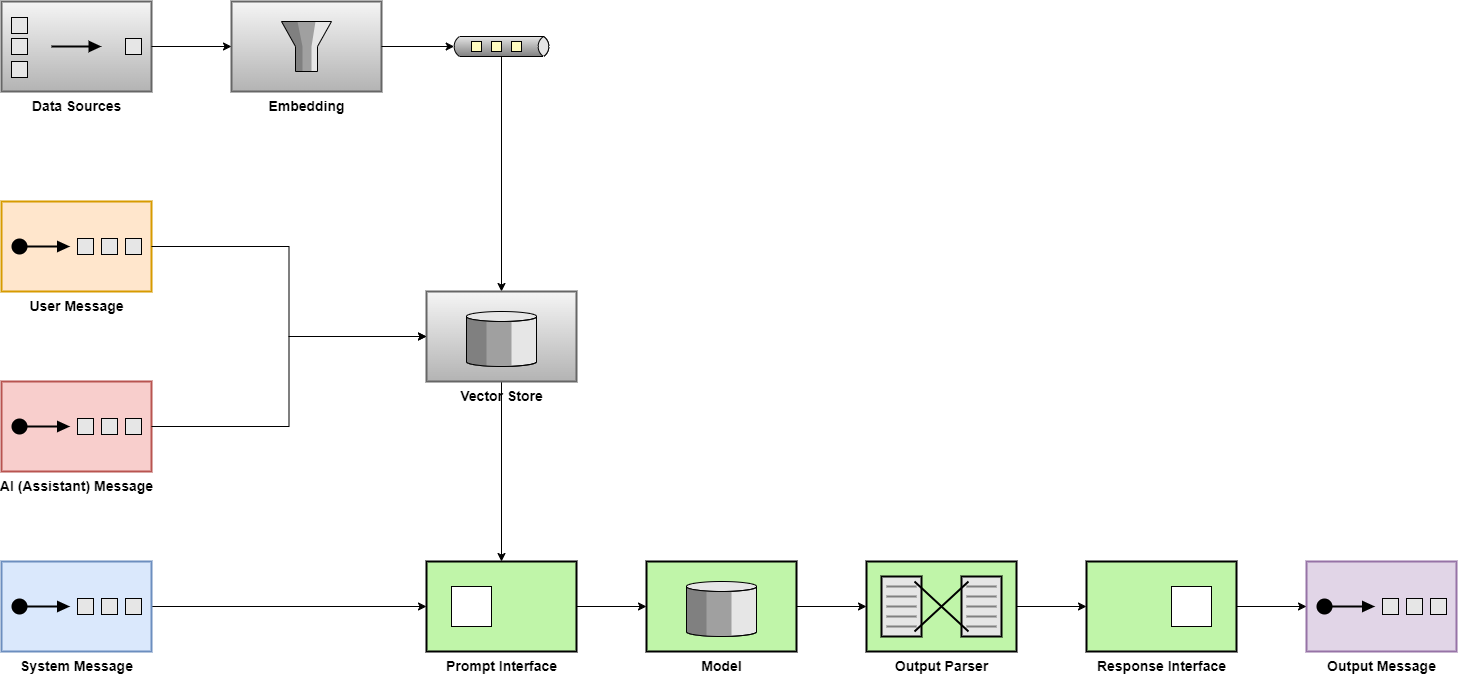
The draw.io diagram incident-response/images/RAG architecture.png in hsienhsinlee/ws2-defenders, before a commit. Source tidied: cells renumbered, new cells last; positions are measured from the earlier drawing's top-left corner, leaving out a move shared by most shapes.
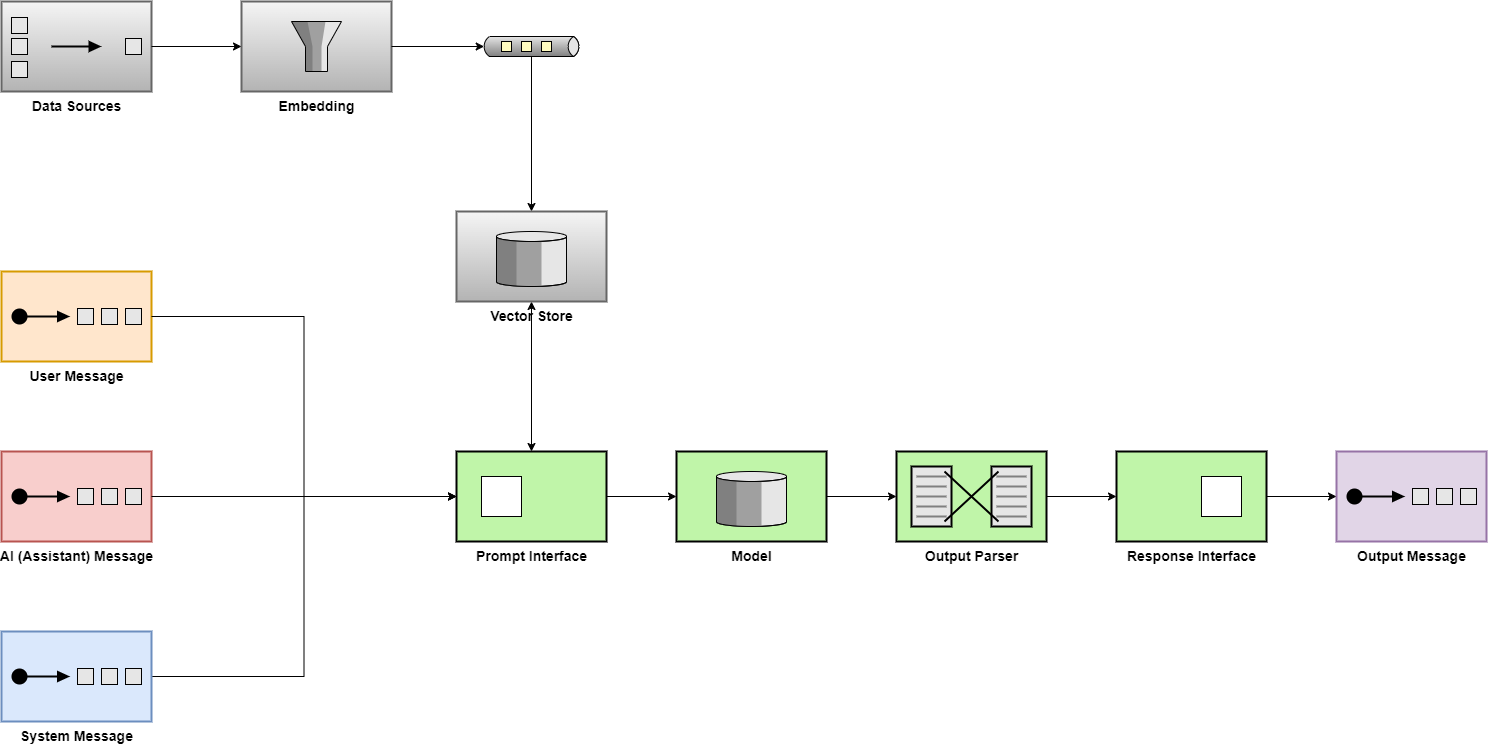
After the change.

Commit message:
Updated RAG architecture diagram

What changed in the source:
```diff
@@ -6,52 +6,52 @@
       <mxGeometry relative="1" as="geometry" />
     </mxCell>
     <mxCell id="3" value="&lt;font style=&quot;font-size: 14px;&quot;&gt;&lt;b style=&quot;&quot;&gt;System Message&lt;/b&gt;&lt;/font&gt;" style="html=1;strokeWidth=2;outlineConnect=0;dashed=0;align=center;fontSize=8;verticalLabelPosition=bottom;verticalAlign=top;shape=mxgraph.eip.test_message;fillColor=#dae8fc;strokeColor=#6c8ebf;" parent="1" vertex="1">
-      <mxGeometry y="560" width="150" height="90" as="geometry" />
+      <mxGeometry x="-30" y="680" width="150" height="90" as="geometry" />
     </mxCell>
     <mxCell id="4" value="&lt;font style=&quot;font-size: 14px;&quot;&gt;&lt;b style=&quot;&quot;&gt;User Message&lt;/b&gt;&lt;/font&gt;" style="html=1;strokeWidth=2;outlineConnect=0;dashed=0;align=center;fontSize=8;verticalLabelPosition=bottom;verticalAlign=top;shape=mxgraph.eip.test_message;fillColor=#ffe6cc;strokeColor=#d79b00;" parent="1" vertex="1">
-      <mxGeometry y="200" width="150" height="90" as="geometry" />
+      <mxGeometry x="-30" y="320" width="150" height="90" as="geometry" />
     </mxCell>
     <mxCell id="5" style="edgeStyle=orthogonalEdgeStyle;rounded=0;jettySize=auto;html=1;exitX=1;exitY=0.5;exitDx=0;exitDy=0;" parent="1" edge="1" source="6" target="8">
       <mxGeometry relative="1" as="geometry" />
     </mxCell>
     <mxCell id="6" value="&lt;font style=&quot;font-size: 14px;&quot;&gt;&lt;b style=&quot;&quot;&gt;Prompt Interface&lt;/b&gt;&lt;/font&gt;" style="strokeWidth=2;dashed=0;align=center;fontSize=8;shape=rect;verticalLabelPosition=bottom;verticalAlign=top;fillColor=#c0f5a9;html=1;" parent="1" vertex="1">
-      <mxGeometry x="425" y="560" width="150" height="90" as="geometry" />
+      <mxGeometry x="425" y="500" width="150" height="90" as="geometry" />
     </mxCell>
     <mxCell id="7" style="html=1;strokeWidth=1;dashed=0;align=center;fontSize=8;shape=rect;" parent="6" vertex="1">
       <mxGeometry x="25" y="25" width="40" height="40" as="geometry" />
     </mxCell>
     <mxCell id="8" value="&lt;b&gt;&lt;font style=&quot;font-size: 14px;&quot;&gt;Model&lt;/font&gt;&lt;/b&gt;" style="html=1;strokeWidth=2;outlineConnect=0;dashed=0;align=center;fontSize=8;verticalLabelPosition=bottom;verticalAlign=top;shape=mxgraph.eip.message_store;fillColor=#c0f5a9;" parent="1" vertex="1">
-      <mxGeometry x="645" y="560" width="150" height="90" as="geometry" />
+      <mxGeometry x="645" y="500" width="150" height="90" as="geometry" />
     </mxCell>
     <mxCell id="9" style="edgeStyle=orthogonalEdgeStyle;rounded=0;jettySize=auto;html=1;exitX=1;exitY=0.5;exitDx=0;exitDy=0;exitPerimeter=0;entryX=0;entryY=0.5;entryDx=0;entryDy=0;" parent="1" edge="1" source="10" target="12">
       <mxGeometry relative="1" as="geometry" />
     </mxCell>
     <mxCell id="10" value="&lt;font style=&quot;font-size: 14px;&quot;&gt;&lt;b&gt;Output Parser&lt;/b&gt;&lt;/font&gt;" style="html=1;strokeWidth=2;outlineConnect=0;dashed=0;align=center;fontSize=8;shape=mxgraph.eip.message_translator;fillColor=#c0f5a9;verticalLabelPosition=bottom;verticalAlign=top;" parent="1" vertex="1">
-      <mxGeometry x="865" y="560" width="150" height="90" as="geometry" />
+      <mxGeometry x="865" y="500" width="150" height="90" as="geometry" />
     </mxCell>
     <mxCell id="11" style="edgeStyle=orthogonalEdgeStyle;rounded=0;jettySize=auto;html=1;exitX=1;exitY=0.5;exitDx=0;exitDy=0;exitPerimeter=0;entryX=0;entryY=0.5;entryDx=0;entryDy=0;entryPerimeter=0;" parent="1" edge="1" source="8" target="10">
       <mxGeometry relative="1" as="geometry" />
     </mxCell>
     <mxCell id="12" value="&lt;b&gt;&lt;font style=&quot;font-size: 14px;&quot;&gt;Response Interface&lt;/font&gt;&lt;/b&gt;" style="strokeWidth=2;dashed=0;align=center;fontSize=8;shape=rect;verticalLabelPosition=bottom;verticalAlign=top;fillColor=#c0f5a9;html=1;" parent="1" vertex="1">
-      <mxGeometry x="1085" y="560" width="150" height="90" as="geometry" />
+      <mxGeometry x="1085" y="500" width="150" height="90" as="geometry" />
     </mxCell>
     <mxCell id="13" style="html=1;strokeWidth=1;dashed=0;align=center;fontSize=8;shape=rect;" parent="12" vertex="1">
       <mxGeometry x="85" y="25" width="40" height="40" as="geometry" />
     </mxCell>
     <mxCell id="14" value="&lt;b&gt;&lt;font style=&quot;font-size: 14px;&quot;&gt;Output Message&lt;/font&gt;&lt;/b&gt;" style="html=1;strokeWidth=2;outlineConnect=0;dashed=0;align=center;fontSize=8;verticalLabelPosition=bottom;verticalAlign=top;shape=mxgraph.eip.test_message;fillColor=#e1d5e7;strokeColor=#9673a6;" parent="1" vertex="1">
-      <mxGeometry x="1305" y="560" width="150" height="90" as="geometry" />
+      <mxGeometry x="1305" y="500" width="150" height="90" as="geometry" />
     </mxCell>
     <mxCell id="15" style="edgeStyle=orthogonalEdgeStyle;rounded=0;jettySize=auto;html=1;exitX=1;exitY=0.5;exitDx=0;exitDy=0;entryX=0;entryY=0.5;entryDx=0;entryDy=0;entryPerimeter=0;" parent="1" edge="1" source="12" target="14">
       <mxGeometry relative="1" as="geometry" />
     </mxCell>
     <mxCell id="16" value="&lt;font style=&quot;font-size: 14px;&quot;&gt;&lt;b style=&quot;&quot;&gt;AI (Assistant) Message&lt;/b&gt;&lt;/font&gt;" style="html=1;strokeWidth=2;outlineConnect=0;dashed=0;align=center;fontSize=8;verticalLabelPosition=bottom;verticalAlign=top;shape=mxgraph.eip.test_message;fillColor=#f8cecc;strokeColor=#b85450;" parent="1" vertex="1">
-      <mxGeometry y="380" width="150" height="90" as="geometry" />
+      <mxGeometry x="-30" y="500" width="150" height="90" as="geometry" />
     </mxCell>
     <mxCell id="17" value="&lt;b&gt;&lt;font style=&quot;font-size: 14px;&quot;&gt;Data Sources&lt;/font&gt;&lt;/b&gt;" style="html=1;strokeWidth=2;outlineConnect=0;dashed=0;align=center;fontSize=8;fillColor=#f5f5f5;verticalLabelPosition=bottom;verticalAlign=top;shape=mxgraph.eip.aggregator;strokeColor=#666666;gradientColor=#b3b3b3;" parent="1" vertex="1">
-      <mxGeometry width="150" height="90" as="geometry" />
+      <mxGeometry x="-30" y="50" width="150" height="90" as="geometry" />
     </mxCell>
     <mxCell id="18" value="&lt;b&gt;&lt;font style=&quot;font-size: 14px;&quot;&gt;Embedding&lt;/font&gt;&lt;/b&gt;" style="html=1;strokeWidth=2;outlineConnect=0;dashed=0;align=center;fontSize=8;fillColor=#f5f5f5;verticalLabelPosition=bottom;verticalAlign=top;shape=mxgraph.eip.message_filter;gradientColor=#b3b3b3;strokeColor=#666666;" parent="1" vertex="1">
-      <mxGeometry x="230" width="150" height="90" as="geometry" />
+      <mxGeometry x="210" y="50" width="150" height="90" as="geometry" />
     </mxCell>
     <mxCell id="19" style="edgeStyle=orthogonalEdgeStyle;rounded=0;jettySize=auto;html=1;exitX=1;exitY=0.5;exitDx=0;exitDy=0;exitPerimeter=0;entryX=0;entryY=0.5;entryDx=0;entryDy=0;entryPerimeter=0;" parent="1" edge="1" source="17" target="18">
       <mxGeometry relative="1" as="geometry" />
@@ -60,21 +60,21 @@
       <mxGeometry relative="1" as="geometry" />
     </mxCell>
     <mxCell id="21" style="strokeWidth=1;outlineConnect=0;dashed=0;align=center;html=1;fontSize=8;shape=mxgraph.eip.dataChannel;verticalLabelPosition=bottom;labelBackgroundColor=#ffffff;verticalAlign=top;" parent="1" vertex="1">
-      <mxGeometry x="450" y="35" width="100" height="20" as="geometry" />
+      <mxGeometry x="450" y="85" width="100" height="20" as="geometry" />
     </mxCell>
     <mxCell id="22" style="edgeStyle=orthogonalEdgeStyle;rounded=0;jettySize=auto;html=1;exitX=1;exitY=0.5;exitDx=0;exitDy=0;exitPerimeter=0;entryX=0;entryY=0.5;entryDx=2.7;entryDy=0;entryPerimeter=0;" parent="1" edge="1" source="18" target="21">
       <mxGeometry relative="1" as="geometry" />
     </mxCell>
-    <mxCell id="23" style="edgeStyle=orthogonalEdgeStyle;rounded=0;jettySize=auto;html=1;exitX=0.5;exitY=1;exitDx=0;exitDy=0;exitPerimeter=0;" parent="1" edge="1" source="24" target="6">
+    <mxCell id="23" style="edgeStyle=orthogonalEdgeStyle;rounded=0;jettySize=auto;html=1;exitX=0.5;exitY=1;exitDx=0;exitDy=0;exitPerimeter=0;entryX=0.5;entryY=0;entryDx=0;entryDy=0;startArrow=classic;startFill=1;" parent="1" edge="1" source="24" target="6">
       <mxGeometry relative="1" as="geometry" />
     </mxCell>
     <mxCell id="24" value="&lt;b&gt;&lt;font style=&quot;font-size: 14px;&quot;&gt;Vector Store&lt;/font&gt;&lt;/b&gt;" style="html=1;strokeWidth=2;outlineConnect=0;dashed=0;align=center;fontSize=8;verticalLabelPosition=bottom;verticalAlign=top;shape=mxgraph.eip.message_store;fillColor=#f5f5f5;strokeColor=#666666;gradientColor=#b3b3b3;" parent="1" vertex="1">
-      <mxGeometry x="425" y="290" width="150" height="90" as="geometry" />
+      <mxGeometry x="425" y="260" width="150" height="90" as="geometry" />
     </mxCell>
-    <mxCell id="25" style="edgeStyle=orthogonalEdgeStyle;rounded=0;jettySize=auto;html=1;exitX=1;exitY=0.5;exitDx=0;exitDy=0;exitPerimeter=0;entryX=0;entryY=0.5;entryDx=0;entryDy=0;entryPerimeter=0;" parent="1" edge="1" source="4" target="24">
+    <mxCell id="25" style="edgeStyle=orthogonalEdgeStyle;rounded=0;jettySize=auto;html=1;exitX=1;exitY=0.5;exitDx=0;exitDy=0;exitPerimeter=0;entryX=0;entryY=0.5;entryDx=0;entryDy=0;" parent="1" edge="1" source="4" target="6">
       <mxGeometry relative="1" as="geometry" />
     </mxCell>
-    <mxCell id="26" style="edgeStyle=orthogonalEdgeStyle;rounded=0;jettySize=auto;html=1;exitX=1;exitY=0.5;exitDx=0;exitDy=0;exitPerimeter=0;entryX=0;entryY=0.5;entryDx=0;entryDy=0;entryPerimeter=0;" parent="1" edge="1" source="16" target="24">
+    <mxCell id="26" style="edgeStyle=orthogonalEdgeStyle;rounded=0;jettySize=auto;html=1;exitX=1;exitY=0.5;exitDx=0;exitDy=0;exitPerimeter=0;entryX=0;entryY=0.5;entryDx=0;entryDy=0;" parent="1" edge="1" source="16" target="6">
       <mxGeometry relative="1" as="geometry" />
     </mxCell>
   </root>
```
